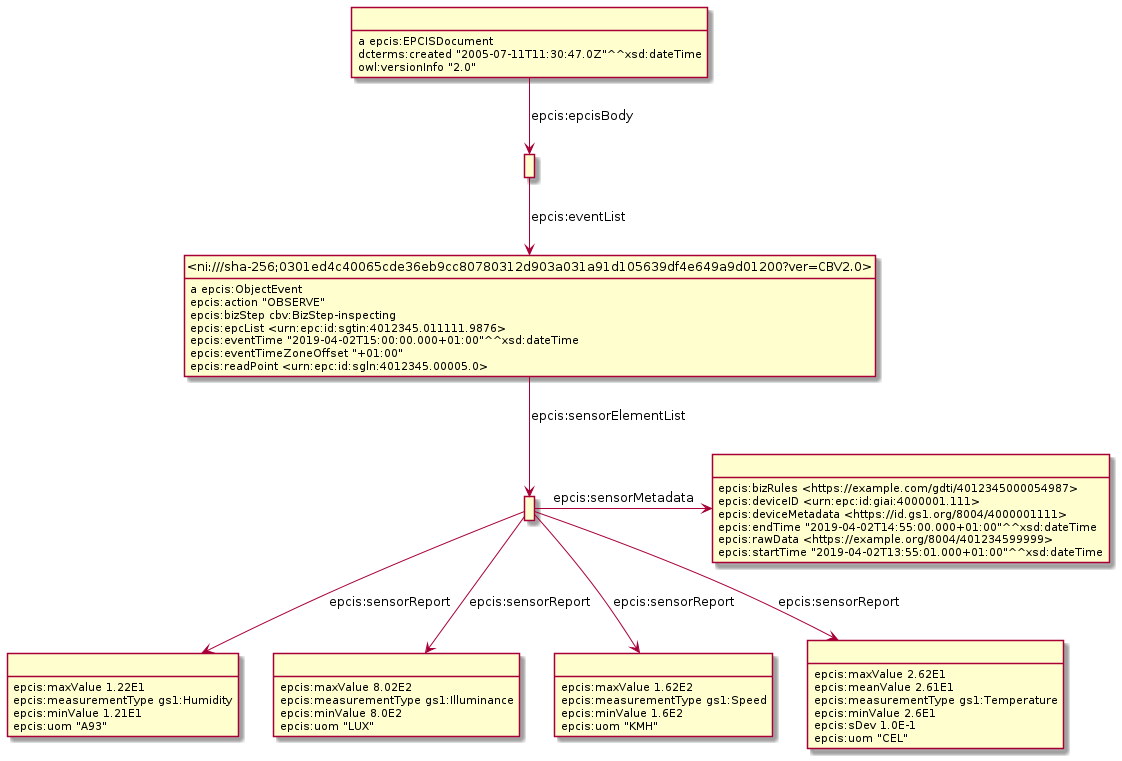
Earlier version of the PlantUML export Diagrams/WithSensorData/SensorDataExample2.png (gs1/EPCIS).
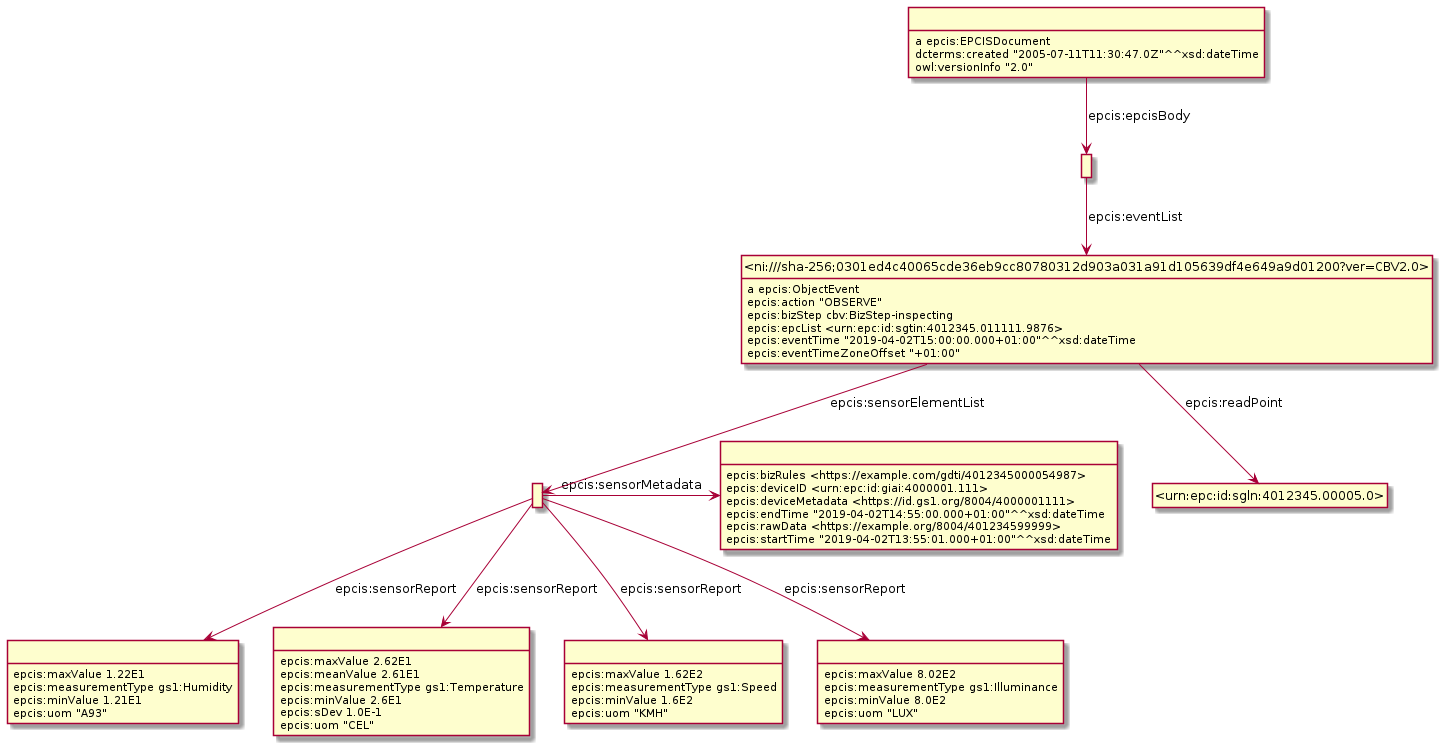
The same diagram one commit later.

Change to the diagram source:
```diff
@@ -3,55 +3,56 @@
 hide empty attributes
 hide circle
 skinparam classAttributeIconSize 0
-class _r1631889713r0_ as " "
-class _r1631889713r4_ as " "
-_r1631889713r0_ -down-> _r1631889713r4_ : epcis:sensorReport
-class _r1631889713r2_ as " "
-_r1631889713r0_ -down-> _r1631889713r2_ : epcis:sensorReport
-class _r1631889713r1_ as " "
-_r1631889713r0_ -right-> _r1631889713r1_ : epcis:sensorMetadata
-class _r1631889713r3_ as " "
-_r1631889713r0_ -down-> _r1631889713r3_ : epcis:sensorReport
-class _r1631889713r5_ as " "
-_r1631889713r0_ -down-> _r1631889713r5_ : epcis:sensorReport
-_r1631889713r2_ : epcis:maxValue 8.02E2
-_r1631889713r2_ : epcis:measurementType gs1:Illuminance
-_r1631889713r2_ : epcis:minValue 8.0E2
-_r1631889713r2_ : epcis:uom "LUX"
-class _r1631889713r6_ as " "
-_r1631889713r6_ : a epcis:EPCISDocument
-class _r1631889713r7_ as " "
-_r1631889713r6_ -down-> _r1631889713r7_ : epcis:epcisBody
-_r1631889713r6_ : dcterms:created "2005-07-11T11:30:47.0Z"^^xsd:dateTime
-_r1631889713r6_ : owl:versionInfo "2.0"
-_r1631889713r3_ : epcis:maxValue 1.62E2
-_r1631889713r3_ : epcis:measurementType gs1:Speed
-_r1631889713r3_ : epcis:minValue 1.6E2
-_r1631889713r3_ : epcis:uom "KMH"
-_r1631889713r1_ : epcis:bizRules <https://example.com/gdti/4012345000054987>
-_r1631889713r1_ : epcis:deviceID <urn:epc:id:giai:4000001.111>
-_r1631889713r1_ : epcis:deviceMetadata <https://id.gs1.org/8004/4000001111>
-_r1631889713r1_ : epcis:endTime "2019-04-02T14:55:00.000+01:00"^^xsd:dateTime
-_r1631889713r1_ : epcis:rawData <https://example.org/8004/401234599999>
-_r1631889713r1_ : epcis:startTime "2019-04-02T13:55:01.000+01:00"^^xsd:dateTime
-_r1631889713r5_ : epcis:maxValue 2.62E1
-_r1631889713r5_ : epcis:meanValue 2.61E1
-_r1631889713r5_ : epcis:measurementType gs1:Temperature
-_r1631889713r5_ : epcis:minValue 2.6E1
-_r1631889713r5_ : epcis:sDev 1.0E-1
-_r1631889713r5_ : epcis:uom "CEL"
-_r1631889713r4_ : epcis:maxValue 1.22E1
-_r1631889713r4_ : epcis:measurementType gs1:Humidity
-_r1631889713r4_ : epcis:minValue 1.21E1
-_r1631889713r4_ : epcis:uom "A93"
+class _r1632232155r4_ as " "
+_r1632232155r4_ : epcis:maxValue 1.22E1
+_r1632232155r4_ : epcis:measurementType gs1:Humidity
+_r1632232155r4_ : epcis:minValue 1.21E1
+_r1632232155r4_ : epcis:uom "A93"
+class _r1632232155r5_ as " "
+_r1632232155r5_ : epcis:maxValue 2.62E1
+_r1632232155r5_ : epcis:meanValue 2.61E1
+_r1632232155r5_ : epcis:measurementType gs1:Temperature
+_r1632232155r5_ : epcis:minValue 2.6E1
+_r1632232155r5_ : epcis:sDev 1.0E-1
+_r1632232155r5_ : epcis:uom "CEL"
+class _r1632232155r3_ as " "
+_r1632232155r3_ : epcis:maxValue 1.62E2
+_r1632232155r3_ : epcis:measurementType gs1:Speed
+_r1632232155r3_ : epcis:minValue 1.6E2
+_r1632232155r3_ : epcis:uom "KMH"
+class _r1632232155r2_ as " "
+_r1632232155r2_ : epcis:maxValue 8.02E2
+_r1632232155r2_ : epcis:measurementType gs1:Illuminance
+_r1632232155r2_ : epcis:minValue 8.0E2
+_r1632232155r2_ : epcis:uom "LUX"
+class _r1632232155r1_ as " "
+_r1632232155r1_ : epcis:bizRules <https://example.com/gdti/4012345000054987>
+_r1632232155r1_ : epcis:deviceID <urn:epc:id:giai:4000001.111>
+_r1632232155r1_ : epcis:deviceMetadata <https://id.gs1.org/8004/4000001111>
+_r1632232155r1_ : epcis:endTime "2019-04-02T14:55:00.000+01:00"^^xsd:dateTime
+_r1632232155r1_ : epcis:rawData <https://example.org/8004/401234599999>
+_r1632232155r1_ : epcis:startTime "2019-04-02T13:55:01.000+01:00"^^xsd:dateTime
+class _r1632232155r7_ as " "
 class _ni_sha_256_0301ed4c40065cde36eb9cc80780312d903a031a91d105639df4e649a9d01200_ver_CBV2_0_ as "<ni:///sha-256;0301ed4c40065cde36eb9cc80780312d903a031a91d105639df4e649a9d01200?ver=CBV2.0>"
+_r1632232155r7_ -down-> _ni_sha_256_0301ed4c40065cde36eb9cc80780312d903a031a91d105639df4e649a9d01200_ver_CBV2_0_ : epcis:eventList
+class _r1632232155r6_ as " "
+_r1632232155r6_ : a epcis:EPCISDocument
+_r1632232155r6_ -down-> _r1632232155r7_ : epcis:epcisBody
+_r1632232155r6_ : dcterms:created "2005-07-11T11:30:47.0Z"^^xsd:dateTime
+_r1632232155r6_ : owl:versionInfo "2.0"
+class _r1632232155r0_ as " "
+_r1632232155r0_ -down-> _r1632232155r5_ : epcis:sensorReport
+_r1632232155r0_ -down-> _r1632232155r2_ : epcis:sensorReport
+_r1632232155r0_ -down-> _r1632232155r4_ : epcis:sensorReport
+_r1632232155r0_ -right-> _r1632232155r1_ : epcis:sensorMetadata
+_r1632232155r0_ -down-> _r1632232155r3_ : epcis:sensorReport
 _ni_sha_256_0301ed4c40065cde36eb9cc80780312d903a031a91d105639df4e649a9d01200_ver_CBV2_0_ : a epcis:ObjectEvent
-_ni_sha_256_0301ed4c40065cde36eb9cc80780312d903a031a91d105639df4e649a9d01200_ver_CBV2_0_ -down-> _r1631889713r0_ : epcis:sensorElementList
+class _urn_epc_id_sgln_4012345_00005_0_ as "<urn:epc:id:sgln:4012345.00005.0>"
+_ni_sha_256_0301ed4c40065cde36eb9cc80780312d903a031a91d105639df4e649a9d01200_ver_CBV2_0_ -down-> _urn_epc_id_sgln_4012345_00005_0_ : epcis:readPoint
+_ni_sha_256_0301ed4c40065cde36eb9cc80780312d903a031a91d105639df4e649a9d01200_ver_CBV2_0_ -down-> _r1632232155r0_ : epcis:sensorElementList
 _ni_sha_256_0301ed4c40065cde36eb9cc80780312d903a031a91d105639df4e649a9d01200_ver_CBV2_0_ : epcis:action "OBSERVE"
 _ni_sha_256_0301ed4c40065cde36eb9cc80780312d903a031a91d105639df4e649a9d01200_ver_CBV2_0_ : epcis:bizStep cbv:BizStep-inspecting
 _ni_sha_256_0301ed4c40065cde36eb9cc80780312d903a031a91d105639df4e649a9d01200_ver_CBV2_0_ : epcis:epcList <urn:epc:id:sgtin:4012345.011111.9876>
 _ni_sha_256_0301ed4c40065cde36eb9cc80780312d903a031a91d105639df4e649a9d01200_ver_CBV2_0_ : epcis:eventTime "2019-04-02T15:00:00.000+01:00"^^xsd:dateTime
 _ni_sha_256_0301ed4c40065cde36eb9cc80780312d903a031a91d105639df4e649a9d01200_ver_CBV2_0_ : epcis:eventTimeZoneOffset "+01:00"
-_ni_sha_256_0301ed4c40065cde36eb9cc80780312d903a031a91d105639df4e649a9d01200_ver_CBV2_0_ : epcis:readPoint <urn:epc:id:sgln:4012345.00005.0>
-_r1631889713r7_ -down-> _ni_sha_256_0301ed4c40065cde36eb9cc80780312d903a031a91d105639df4e649a9d01200_ver_CBV2_0_ : epcis:eventList
 @enduml
```
